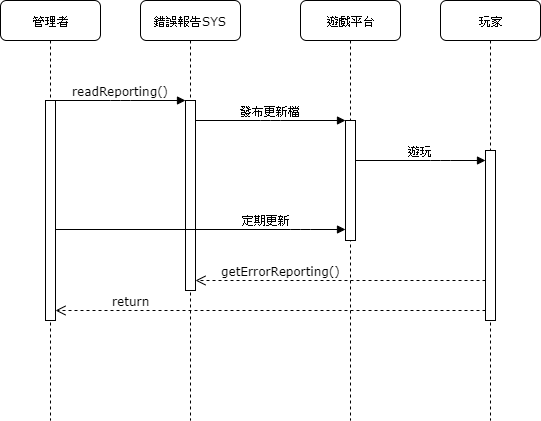
Earlier version of the draw.io export 後台維護系統循序圖.png (0624036/0624036_OO). Source tidied: cells renumbered, new cells last; positions are measured from the earlier drawing's top-left corner, leaving out a move shared by most shapes.
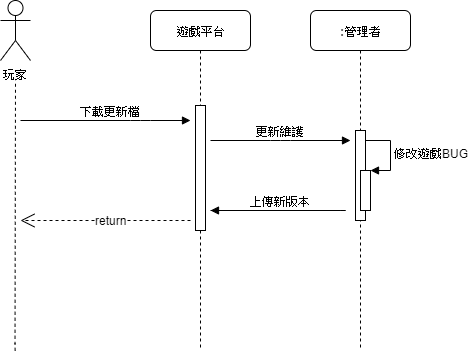
The same diagram one commit later.

Commit message:
Added 後台維護系統循序圖.png

What changed in the source:
```diff
@@ -2,76 +2,82 @@
   <root>
     <mxCell id="0" />
     <mxCell id="1" parent="0" />
-    <mxCell id="2" value="錯誤報告SYS" style="shape=umlLifeline;perimeter=lifelinePerimeter;whiteSpace=wrap;html=1;rounded=1;shadow=0;comic=0;labelBackgroundColor=none;strokeWidth=1;fontFamily=Verdana;fontSize=12;align=center;" parent="1" vertex="1">
-      <mxGeometry x="140" width="100" height="420" as="geometry" />
+    <mxCell id="2" value="遊戲平台" style="shape=umlLifeline;perimeter=lifelinePerimeter;whiteSpace=wrap;html=1;rounded=1;shadow=0;comic=0;labelBackgroundColor=none;strokeWidth=1;fontFamily=Verdana;fontSize=12;align=center;" parent="1" vertex="1">
+      <mxGeometry x="140" width="100" height="340" as="geometry" />
     </mxCell>
     <mxCell id="3" style="html=1;points=[];perimeter=orthogonalPerimeter;rounded=0;shadow=0;comic=0;labelBackgroundColor=none;strokeWidth=1;fontFamily=Verdana;fontSize=12;align=center;" parent="2" vertex="1">
-      <mxGeometry x="45" y="100" width="10" height="190" as="geometry" />
+      <mxGeometry x="45" y="95" width="10" height="125" as="geometry" />
     </mxCell>
-    <mxCell id="4" value="遊戲平台" style="shape=umlLifeline;perimeter=lifelinePerimeter;whiteSpace=wrap;html=1;rounded=1;shadow=0;comic=0;labelBackgroundColor=none;strokeWidth=1;fontFamily=Verdana;fontSize=12;align=center;" parent="1" vertex="1">
-      <mxGeometry x="300" width="100" height="420" as="geometry" />
+    <mxCell id="4" value=":管理者" style="shape=umlLifeline;perimeter=lifelinePerimeter;whiteSpace=wrap;html=1;rounded=1;shadow=0;comic=0;labelBackgroundColor=none;strokeWidth=1;fontFamily=Verdana;fontSize=12;align=center;" parent="1" vertex="1">
+      <mxGeometry x="300" width="100" height="340" as="geometry" />
     </mxCell>
-    <mxCell id="5" style="html=1;points=[];perimeter=orthogonalPerimeter;rounded=0;shadow=0;comic=0;labelBackgroundColor=none;strokeWidth=1;fontFamily=Verdana;fontSize=12;align=center;" parent="4" vertex="1">
-      <mxGeometry x="45" y="120" width="10" height="120" as="geometry" />
-    </mxCell>
-    <mxCell id="6" value="玩家" style="shape=umlLifeline;perimeter=lifelinePerimeter;whiteSpace=wrap;html=1;rounded=1;shadow=0;comic=0;labelBackgroundColor=none;strokeWidth=1;fontFamily=Verdana;fontSize=12;align=center;" parent="1" vertex="1">
-      <mxGeometry x="440" width="100" height="420" as="geometry" />
-    </mxCell>
-    <mxCell id="7" value="管理者" style="shape=umlLifeline;perimeter=lifelinePerimeter;whiteSpace=wrap;html=1;rounded=1;shadow=0;comic=0;labelBackgroundColor=none;strokeWidth=1;fontFamily=Verdana;fontSize=12;align=center;" parent="1" vertex="1">
-      <mxGeometry width="100" height="420" as="geometry" />
-    </mxCell>
-    <mxCell id="8" style="html=1;points=[];perimeter=orthogonalPerimeter;rounded=0;shadow=0;comic=0;labelBackgroundColor=none;strokeWidth=1;fontFamily=Verdana;fontSize=12;align=center;" parent="7" vertex="1">
-      <mxGeometry x="45" y="100" width="10" height="220" as="geometry" />
-    </mxCell>
-    <mxCell id="9" style="html=1;points=[];perimeter=orthogonalPerimeter;rounded=0;shadow=0;comic=0;labelBackgroundColor=none;strokeWidth=1;fontFamily=Verdana;fontSize=12;align=center;" parent="1" vertex="1">
-      <mxGeometry x="485" y="150" width="10" height="170" as="geometry" />
-    </mxCell>
-    <mxCell id="10" value="遊玩" style="html=1;verticalAlign=bottom;endArrow=block;labelBackgroundColor=none;fontFamily=Verdana;fontSize=12;edgeStyle=elbowEdgeStyle;elbow=vertical;" parent="1" edge="1" source="5" target="9">
-      <mxGeometry relative="1" as="geometry">
-        <Array as="points">
-          <mxPoint x="440" y="160" />
-          <mxPoint x="360" y="140" />
-        </Array>
-      </mxGeometry>
-    </mxCell>
-    <mxCell id="11" value="定期更新" style="html=1;verticalAlign=bottom;endArrow=block;labelBackgroundColor=none;fontFamily=Verdana;fontSize=12;" parent="1" edge="1" source="8" target="5">
-      <mxGeometry x="0.66" y="30" relative="1" as="geometry">
-        <Array as="points">
-          <mxPoint x="300" y="229" />
-        </Array>
-        <mxPoint x="-30" y="30" as="offset" />
-      </mxGeometry>
-    </mxCell>
-    <mxCell id="12" value="return" style="html=1;verticalAlign=bottom;endArrow=open;dashed=1;endSize=8;labelBackgroundColor=none;fontFamily=Verdana;fontSize=12;edgeStyle=elbowEdgeStyle;elbow=vertical;" parent="1" edge="1" source="9" target="8">
-      <mxGeometry x="0.65" relative="1" as="geometry">
-        <Array as="points">
-          <mxPoint x="340" y="310" />
-          <mxPoint x="230" y="360" />
-          <mxPoint x="330" y="340" />
-          <mxPoint x="440" y="300" />
-          <mxPoint x="430" y="300" />
-          <mxPoint x="470" y="520" />
-        </Array>
-      </mxGeometry>
-    </mxCell>
+    <mxCell id="16" style="html=1;perimeter=orthogonalPerimeter;rounded=0;shadow=0;comic=0;labelBackgroundColor=none;strokeWidth=1;fontFamily=Verdana;fontSize=12;align=center;" parent="4" vertex="1">
+      <mxGeometry x="45" y="120" width="10" height="90" as="geometry" />
+    </mxCell>
+    <mxCell id="17" style="html=1;points=[];perimeter=orthogonalPerimeter;" parent="4" vertex="1">
+      <mxGeometry x="50" y="160" width="10" height="40" as="geometry" />
+    </mxCell>
+    <mxCell id="18" value="修改遊戲BUG" style="edgeStyle=orthogonalEdgeStyle;html=1;align=left;spacingLeft=2;endArrow=block;rounded=0;entryX=1;entryY=0;" parent="4" edge="1" target="17">
+      <mxGeometry relative="1" as="geometry">
+        <mxPoint x="55" y="130" as="sourcePoint" />
+        <Array as="points">
+          <mxPoint x="55" y="130" />
+          <mxPoint x="80" y="130" />
+          <mxPoint x="80" y="160" />
+        </Array>
+      </mxGeometry>
+    </mxCell>
-    <mxCell id="13" value="readReporting()" style="html=1;verticalAlign=bottom;endArrow=block;entryX=0;entryY=0;labelBackgroundColor=none;fontFamily=Verdana;fontSize=12;edgeStyle=elbowEdgeStyle;elbow=vertical;" parent="1" edge="1" source="8" target="3">
-      <mxGeometry relative="1" as="geometry" />
+    <mxCell id="13" value="下載更新檔" style="html=1;verticalAlign=bottom;endArrow=block;labelBackgroundColor=none;fontFamily=Verdana;fontSize=12;edgeStyle=elbowEdgeStyle;elbow=vertical;" parent="1" edge="1">
+      <mxGeometry x="0.06" relative="1" as="geometry">
+        <mxPoint x="10" y="110" as="sourcePoint" />
+        <mxPoint x="180" y="110" as="targetPoint" />
+        <Array as="points">
+          <mxPoint x="130" y="110" />
+          <mxPoint x="100" y="140" />
+          <mxPoint x="210" y="170" />
+          <mxPoint x="160" y="180" />
+          <mxPoint x="180" y="-90" />
+          <mxPoint x="150" y="-30" />
+        </Array>
+      </mxGeometry>
     </mxCell>
-    <mxCell id="14" value="發布更新檔" style="html=1;verticalAlign=bottom;endArrow=block;entryX=0;entryY=0;labelBackgroundColor=none;fontFamily=Verdana;fontSize=12;edgeStyle=elbowEdgeStyle;elbow=vertical;" parent="1" edge="1" source="3" target="5">
-      <mxGeometry relative="1" as="geometry" />
+    <mxCell id="14" value="更新維護" style="html=1;verticalAlign=bottom;endArrow=block;labelBackgroundColor=none;fontFamily=Verdana;fontSize=12;edgeStyle=elbowEdgeStyle;elbow=vertical;" parent="1" edge="1">
+      <mxGeometry relative="1" as="geometry">
+        <mxPoint x="200" y="130" as="sourcePoint" />
+        <mxPoint x="340" y="130" as="targetPoint" />
+        <Array as="points">
+          <mxPoint x="270" y="130" />
+          <mxPoint x="270" y="128" />
+        </Array>
+      </mxGeometry>
     </mxCell>
-    <mxCell id="15" value="getErrorReporting()" style="html=1;verticalAlign=bottom;endArrow=open;dashed=1;endSize=8;labelBackgroundColor=none;fontFamily=Verdana;fontSize=12;edgeStyle=elbowEdgeStyle;elbow=vertical;" parent="1" edge="1" source="9" target="3">
-      <mxGeometry x="0.41" relative="1" as="geometry">
-        <Array as="points">
-          <mxPoint x="400" y="280" />
-          <mxPoint x="380" y="290" />
-          <mxPoint x="225" y="259.5" />
-          <mxPoint x="325" y="239.5" />
-          <mxPoint x="435" y="199.5" />
-          <mxPoint x="425" y="199.5" />
-          <mxPoint x="465" y="419.5" />
-        </Array>
-      </mxGeometry>
-    </mxCell>
+    <mxCell id="6" value="玩家" style="shape=umlActor;verticalLabelPosition=bottom;labelBackgroundColor=#ffffff;verticalAlign=top;html=1;" parent="1" vertex="1">
+      <mxGeometry x="-10" y="-10" width="30" height="60" as="geometry" />
+    </mxCell>
+    <mxCell id="19" style="endArrow=none;dashed=1;html=1;" parent="1" edge="1">
+      <mxGeometry relative="1" as="geometry">
+        <mxPoint x="5" y="340" as="sourcePoint" />
+        <mxPoint x="5" y="70" as="targetPoint" />
+        <Array as="points">
+          <mxPoint x="4.5" y="340" />
+        </Array>
+      </mxGeometry>
+    </mxCell>
+    <mxCell id="20" value="上傳新版本" style="html=1;verticalAlign=bottom;endArrow=block;labelBackgroundColor=none;fontFamily=Verdana;fontSize=12;edgeStyle=elbowEdgeStyle;elbow=vertical;" parent="1" edge="1">
+      <mxGeometry x="-0.5" relative="1" as="geometry">
+        <mxPoint x="200" y="200" as="sourcePoint" />
+        <mxPoint x="200" y="200" as="targetPoint" />
+        <Array as="points">
+          <mxPoint x="340" y="200" />
+          <mxPoint x="270" y="198" />
+        </Array>
+      </mxGeometry>
+    </mxCell>
+    <mxCell id="12" value="return" style="endArrow=open;endSize=12;dashed=1;html=1;" parent="1" edge="1">
+      <mxGeometry x="-0.06" relative="1" as="geometry">
+        <mxPoint x="180" y="210" as="sourcePoint" />
+        <mxPoint x="10" y="210" as="targetPoint" />
+      </mxGeometry>
+    </mxCell>
   </root>
 </mxGraphModel>
```
